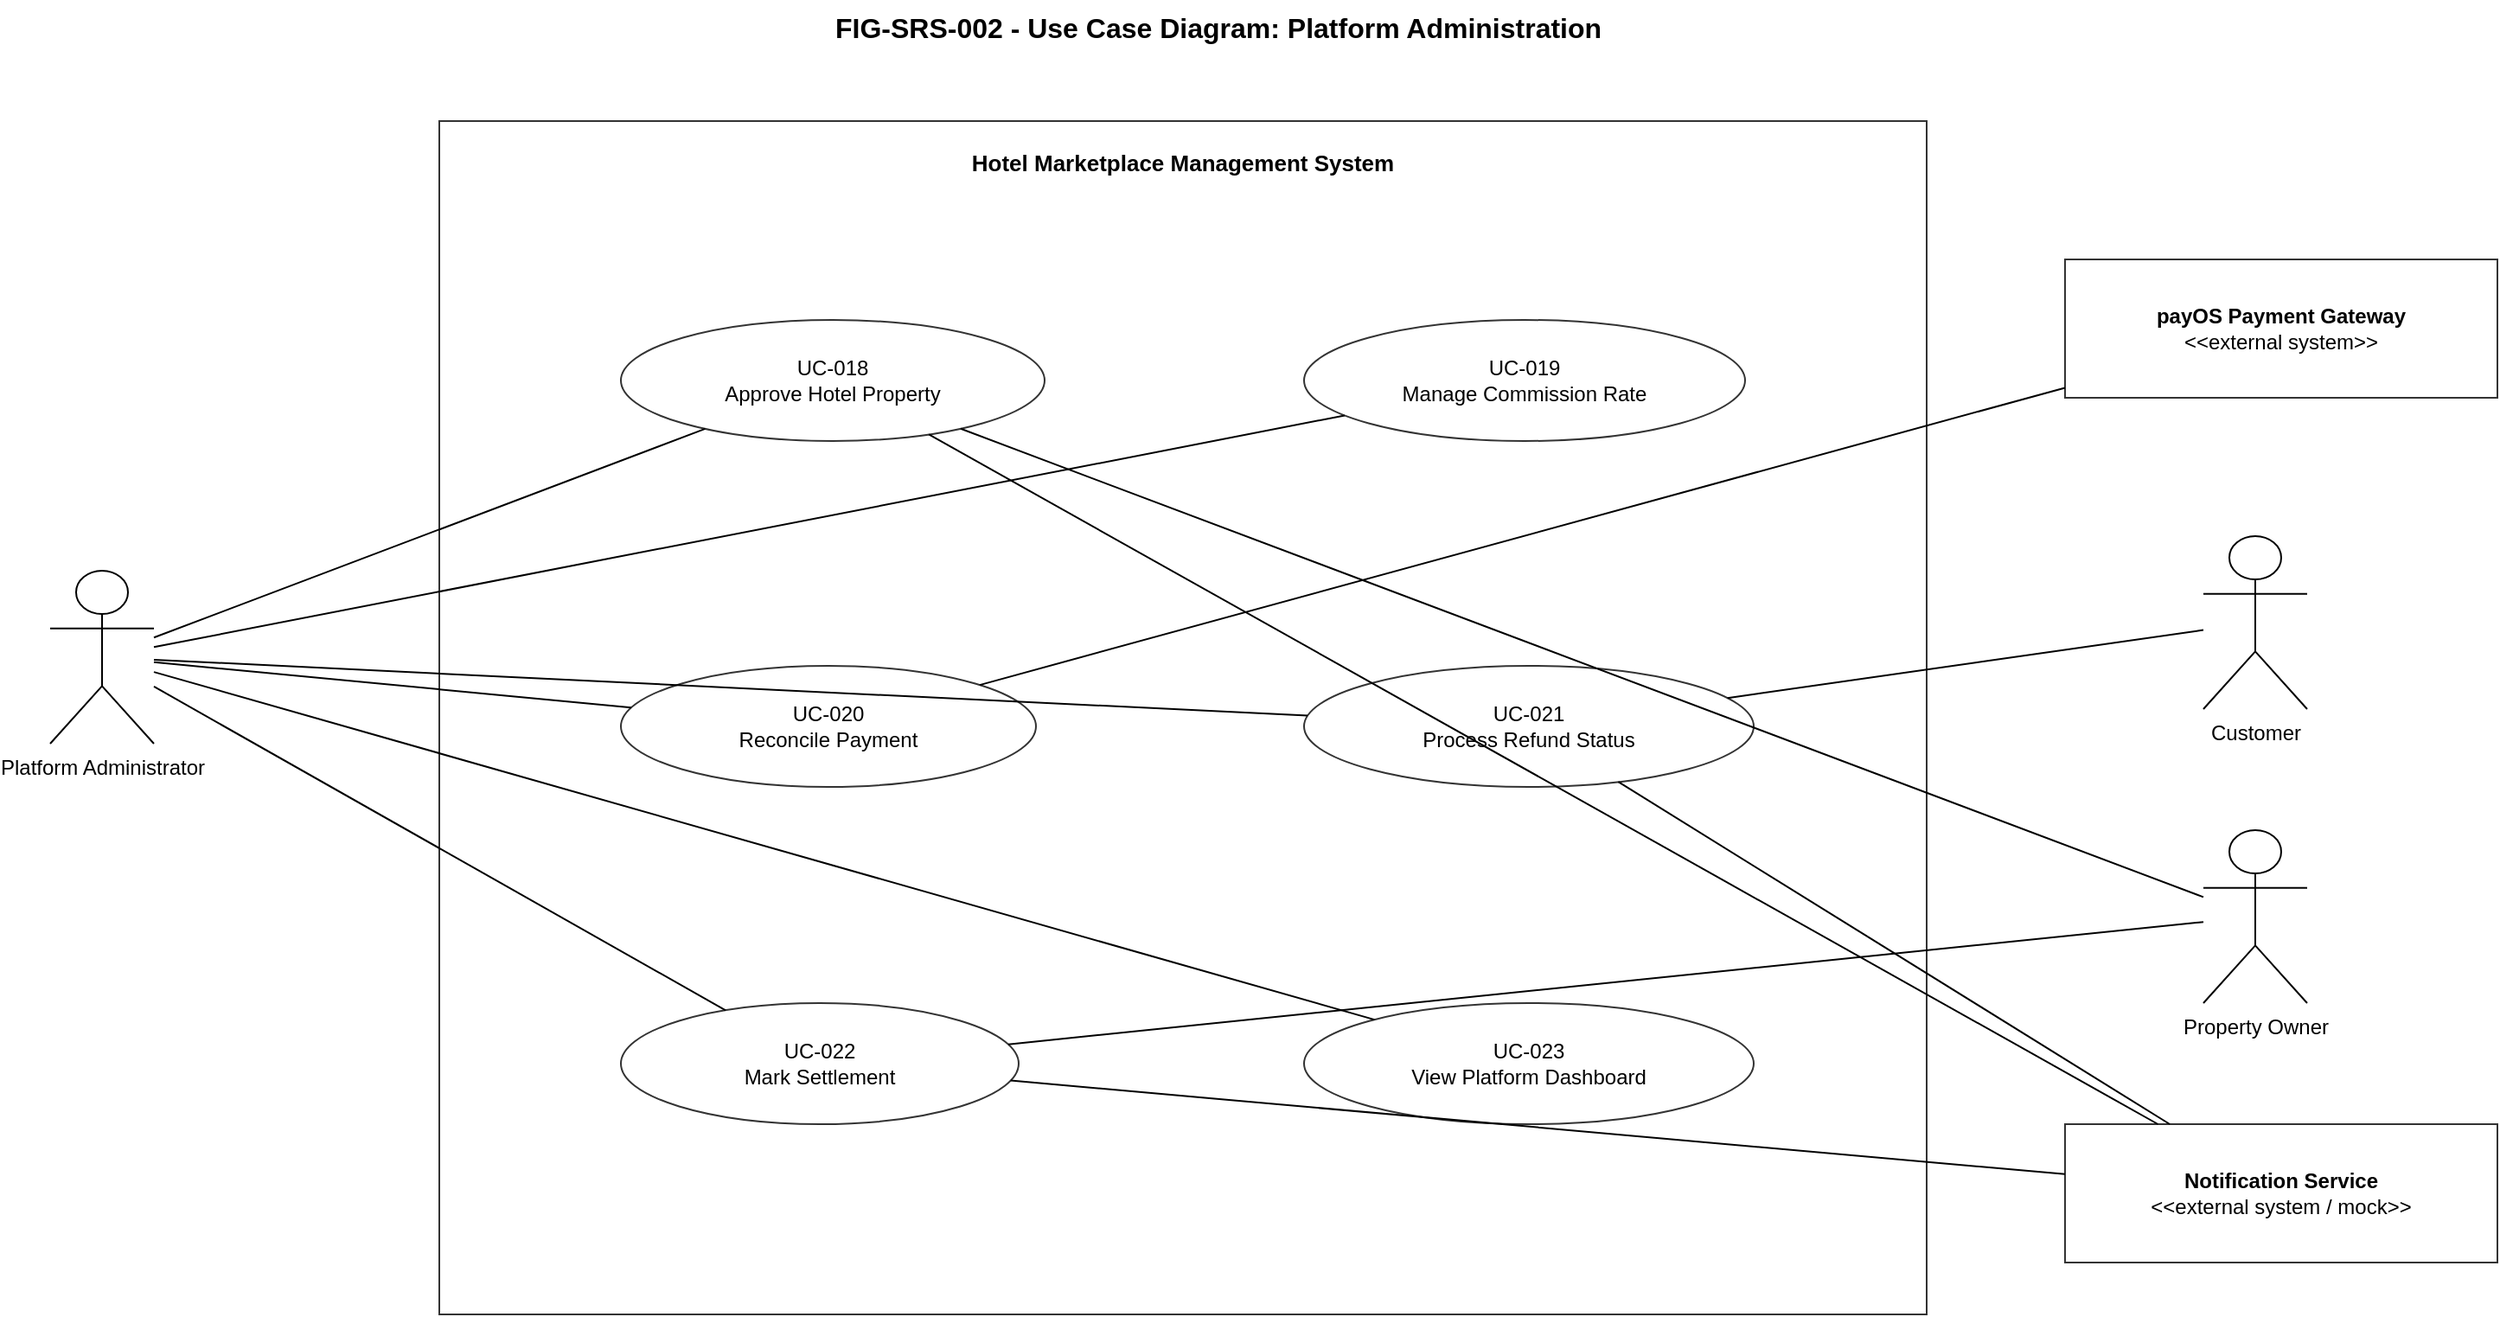
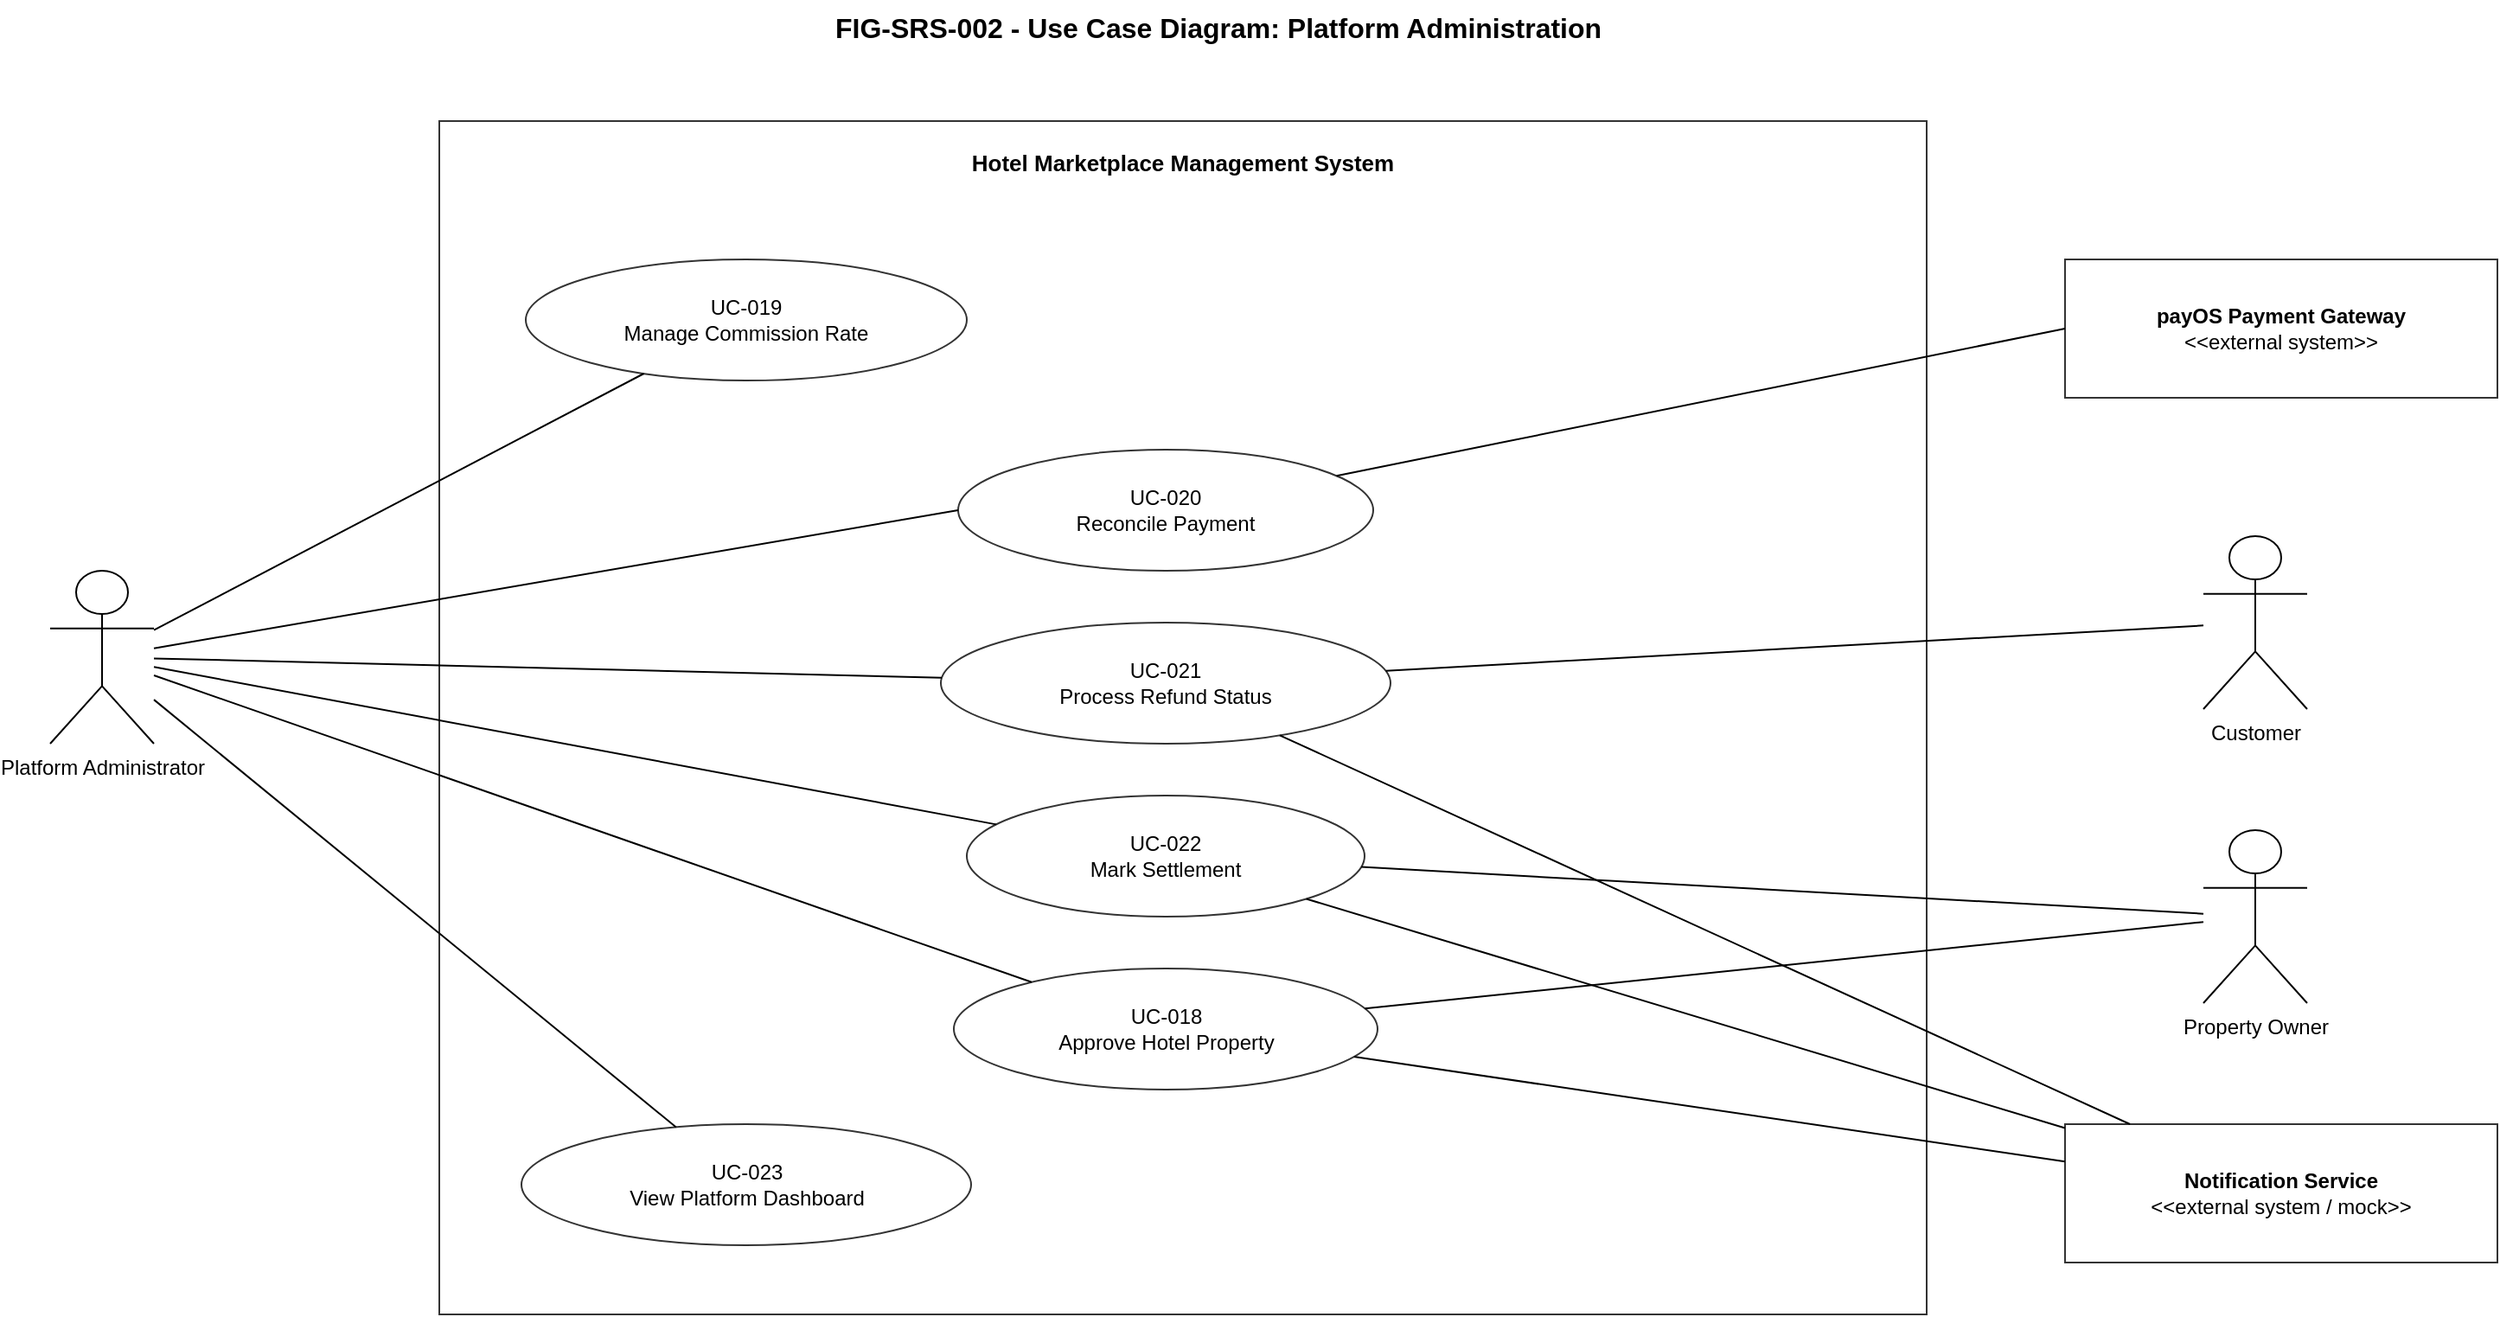
- <mxfile host="app.diagrams.net">
-   <diagram name="FIG-SRS-002 - Platform Administration">
-     <mxGraphModel dx="1200" dy="800" grid="1" gridSize="10" guides="1" tooltips="1" connect="1" arrows="1" fold="1" page="1" pageScale="1" pageWidth="1600" pageHeight="1000" math="0" shadow="0">
+ <mxfile host="Electron" agent="Mozilla/5.0 (Windows NT 10.0; Win64; x64) AppleWebKit/537.36 (KHTML, like Gecko) draw.io/29.6.6 Chrome/144.0.7559.236 Electron/40.8.4 Safari/537.36" version="29.6.6">
+   <diagram name="FIG-SRS-002 - Platform Administration" id="0">
+     <mxGraphModel dx="1489" dy="894" grid="1" gridSize="10" guides="1" tooltips="1" connect="1" arrows="1" fold="1" page="1" pageScale="1" pageWidth="1600" pageHeight="1000" math="0" shadow="0">
      <root>
-         <mxCell id="0"/>
-         <mxCell id="1" parent="0"/>
-         <mxCell id="title" value="FIG-SRS-002 - Use Case Diagram: Platform Administration" style="text;html=1;strokeColor=none;fillColor=none;fontSize=16;fontStyle=1;align=center;" vertex="1" parent="1">
-           <mxGeometry x="420" y="30" width="760" height="40" as="geometry"/>
+         <mxCell id="0" />
+         <mxCell id="1" parent="0" />
+         <mxCell id="title" parent="1" style="text;html=1;strokeColor=none;fillColor=none;fontSize=16;fontStyle=1;align=center;" value="FIG-SRS-002 - Use Case Diagram: Platform Administration" vertex="1">
+           <mxGeometry height="40" width="760" x="420" y="30" as="geometry" />
        </mxCell>
-         <mxCell id="boundary_platform_admin" value="Hotel Marketplace Management System" style="rounded=0;whiteSpace=wrap;html=1;fillColor=none;strokeColor=#333333;strokeWidth=1;fontSize=13;fontStyle=1;verticalAlign=top;align=center;spacingTop=10;" vertex="1" parent="1">
-           <mxGeometry x="350" y="100" width="860" height="690" as="geometry"/>
+         <mxCell id="boundary_platform_admin" parent="1" style="rounded=0;whiteSpace=wrap;html=1;fillColor=none;strokeColor=#333333;strokeWidth=1;fontSize=13;fontStyle=1;verticalAlign=top;align=center;spacingTop=10;" value="Hotel Marketplace Management System" vertex="1">
+           <mxGeometry height="690" width="860" x="350" y="100" as="geometry" />
        </mxCell>
-         <mxCell id="actor_admin" value="Platform Administrator" style="shape=umlActor;verticalLabelPosition=bottom;verticalAlign=top;html=1;outlineConnect=0;fontSize=12;" vertex="1" parent="1">
-           <mxGeometry x="125" y="360" width="60" height="100" as="geometry"/>
+         <mxCell id="uc_018" parent="boundary_platform_admin" style="ellipse;whiteSpace=wrap;html=1;fillColor=#ffffff;strokeColor=#333333;fontSize=12;" value="UC-018&#xa;Approve Hotel Property" vertex="1">
+           <mxGeometry height="70" width="245" x="297.5" y="490" as="geometry" />
        </mxCell>
-         <mxCell id="actor_payos" value="&lt;b&gt;payOS Payment Gateway&lt;/b&gt;&lt;br&gt;&amp;lt;&amp;lt;external system&amp;gt;&amp;gt;" style="rounded=0;whiteSpace=wrap;html=1;fillColor=#ffffff;strokeColor=#333333;fontSize=12;align=center;verticalAlign=middle;" vertex="1" parent="1">
-           <mxGeometry x="1290" y="180" width="250" height="80" as="geometry"/>
+         <mxCell id="uc_019" parent="boundary_platform_admin" style="ellipse;whiteSpace=wrap;html=1;fillColor=#ffffff;strokeColor=#333333;fontSize=12;" value="UC-019&#xa;Manage Commission Rate" vertex="1">
+           <mxGeometry height="70" width="255" x="50" y="80" as="geometry" />
        </mxCell>
-         <mxCell id="actor_customer" value="Customer" style="shape=umlActor;verticalLabelPosition=bottom;verticalAlign=top;html=1;outlineConnect=0;fontSize=12;" vertex="1" parent="1">
-           <mxGeometry x="1370" y="340" width="60" height="100" as="geometry"/>
+         <mxCell id="uc_020" parent="boundary_platform_admin" style="ellipse;whiteSpace=wrap;html=1;fillColor=#ffffff;strokeColor=#333333;fontSize=12;" value="UC-020&#xa;Reconcile Payment" vertex="1">
+           <mxGeometry height="70" width="240" x="300" y="190" as="geometry" />
        </mxCell>
-         <mxCell id="actor_owner" value="Property Owner" style="shape=umlActor;verticalLabelPosition=bottom;verticalAlign=top;html=1;outlineConnect=0;fontSize=12;" vertex="1" parent="1">
-           <mxGeometry x="1370" y="510" width="60" height="100" as="geometry"/>
+         <mxCell id="uc_021" parent="boundary_platform_admin" style="ellipse;whiteSpace=wrap;html=1;fillColor=#ffffff;strokeColor=#333333;fontSize=12;" value="UC-021&#xa;Process Refund Status" vertex="1">
+           <mxGeometry height="70" width="260" x="290" y="290" as="geometry" />
        </mxCell>
-         <mxCell id="actor_notification" value="&lt;b&gt;Notification Service&lt;/b&gt;&lt;br&gt;&amp;lt;&amp;lt;external system / mock&amp;gt;&amp;gt;" style="rounded=0;whiteSpace=wrap;html=1;fillColor=#ffffff;strokeColor=#333333;fontSize=12;align=center;verticalAlign=middle;" vertex="1" parent="1">
-           <mxGeometry x="1290" y="680" width="250" height="80" as="geometry"/>
+         <mxCell id="uc_022" parent="boundary_platform_admin" style="ellipse;whiteSpace=wrap;html=1;fillColor=#ffffff;strokeColor=#333333;fontSize=12;" value="UC-022&#xa;Mark Settlement" vertex="1">
+           <mxGeometry height="70" width="230" x="305" y="390" as="geometry" />
        </mxCell>
-         <mxCell id="uc_018" value="UC-018&#xa;Approve Hotel Property" style="ellipse;whiteSpace=wrap;html=1;fillColor=#ffffff;strokeColor=#333333;fontSize=12;" vertex="1" parent="boundary_platform_admin">
-           <mxGeometry x="105" y="115" width="245" height="70" as="geometry"/>
+         <mxCell id="uc_023" parent="boundary_platform_admin" style="ellipse;whiteSpace=wrap;html=1;fillColor=#ffffff;strokeColor=#333333;fontSize=12;" value="UC-023&#xa;View Platform Dashboard" vertex="1">
+           <mxGeometry height="70" width="260" x="47.5" y="580" as="geometry" />
        </mxCell>
-         <mxCell id="uc_019" value="UC-019&#xa;Manage Commission Rate" style="ellipse;whiteSpace=wrap;html=1;fillColor=#ffffff;strokeColor=#333333;fontSize=12;" vertex="1" parent="boundary_platform_admin">
-           <mxGeometry x="500" y="115" width="255" height="70" as="geometry"/>
+         <mxCell id="actor_admin" parent="1" style="shape=umlActor;verticalLabelPosition=bottom;verticalAlign=top;html=1;outlineConnect=0;fontSize=12;" value="Platform Administrator" vertex="1">
+           <mxGeometry height="100" width="60" x="125" y="360" as="geometry" />
        </mxCell>
-         <mxCell id="uc_020" value="UC-020&#xa;Reconcile Payment" style="ellipse;whiteSpace=wrap;html=1;fillColor=#ffffff;strokeColor=#333333;fontSize=12;" vertex="1" parent="boundary_platform_admin">
-           <mxGeometry x="105" y="315" width="240" height="70" as="geometry"/>
+         <mxCell id="actor_payos" parent="1" style="rounded=0;whiteSpace=wrap;html=1;fillColor=#ffffff;strokeColor=#333333;fontSize=12;align=center;verticalAlign=middle;" value="&lt;b&gt;payOS Payment Gateway&lt;/b&gt;&lt;br&gt;&amp;lt;&amp;lt;external system&amp;gt;&amp;gt;" vertex="1">
+           <mxGeometry height="80" width="250" x="1290" y="180" as="geometry" />
        </mxCell>
-         <mxCell id="uc_021" value="UC-021&#xa;Process Refund Status" style="ellipse;whiteSpace=wrap;html=1;fillColor=#ffffff;strokeColor=#333333;fontSize=12;" vertex="1" parent="boundary_platform_admin">
-           <mxGeometry x="500" y="315" width="260" height="70" as="geometry"/>
+         <mxCell id="actor_customer" parent="1" style="shape=umlActor;verticalLabelPosition=bottom;verticalAlign=top;html=1;outlineConnect=0;fontSize=12;" value="Customer" vertex="1">
+           <mxGeometry height="100" width="60" x="1370" y="340" as="geometry" />
        </mxCell>
-         <mxCell id="uc_022" value="UC-022&#xa;Mark Settlement" style="ellipse;whiteSpace=wrap;html=1;fillColor=#ffffff;strokeColor=#333333;fontSize=12;" vertex="1" parent="boundary_platform_admin">
-           <mxGeometry x="105" y="510" width="230" height="70" as="geometry"/>
+         <mxCell id="actor_owner" parent="1" style="shape=umlActor;verticalLabelPosition=bottom;verticalAlign=top;html=1;outlineConnect=0;fontSize=12;" value="Property Owner" vertex="1">
+           <mxGeometry height="100" width="60" x="1370" y="510" as="geometry" />
        </mxCell>
-         <mxCell id="uc_023" value="UC-023&#xa;View Platform Dashboard" style="ellipse;whiteSpace=wrap;html=1;fillColor=#ffffff;strokeColor=#333333;fontSize=12;" vertex="1" parent="boundary_platform_admin">
-           <mxGeometry x="500" y="510" width="260" height="70" as="geometry"/>
+         <mxCell id="actor_notification" parent="1" style="rounded=0;whiteSpace=wrap;html=1;fillColor=#ffffff;strokeColor=#333333;fontSize=12;align=center;verticalAlign=middle;" value="&lt;b&gt;Notification Service&lt;/b&gt;&lt;br&gt;&amp;lt;&amp;lt;external system / mock&amp;gt;&amp;gt;" vertex="1">
+           <mxGeometry height="80" width="250" x="1290" y="680" as="geometry" />
        </mxCell>
-         <mxCell id="a_admin_approve" style="endArrow=none;html=1;rounded=0;" edge="1" parent="1" source="actor_admin" target="uc_018"><mxGeometry relative="1" as="geometry"/></mxCell>
-         <mxCell id="a_admin_commission" style="endArrow=none;html=1;rounded=0;" edge="1" parent="1" source="actor_admin" target="uc_019"><mxGeometry relative="1" as="geometry"/></mxCell>
-         <mxCell id="a_admin_reconcile" style="endArrow=none;html=1;rounded=0;" edge="1" parent="1" source="actor_admin" target="uc_020"><mxGeometry relative="1" as="geometry"/></mxCell>
-         <mxCell id="a_admin_refund" style="endArrow=none;html=1;rounded=0;" edge="1" parent="1" source="actor_admin" target="uc_021"><mxGeometry relative="1" as="geometry"/></mxCell>
-         <mxCell id="a_admin_settlement" style="endArrow=none;html=1;rounded=0;" edge="1" parent="1" source="actor_admin" target="uc_022"><mxGeometry relative="1" as="geometry"/></mxCell>
-         <mxCell id="a_admin_dashboard" style="endArrow=none;html=1;rounded=0;" edge="1" parent="1" source="actor_admin" target="uc_023"><mxGeometry relative="1" as="geometry"/></mxCell>
-         <mxCell id="a_payos_reconcile" style="endArrow=none;html=1;rounded=0;" edge="1" parent="1" source="actor_payos" target="uc_020"><mxGeometry relative="1" as="geometry"/></mxCell>
-         <mxCell id="a_customer_refund" style="endArrow=none;html=1;rounded=0;" edge="1" parent="1" source="actor_customer" target="uc_021"><mxGeometry relative="1" as="geometry"/></mxCell>
-         <mxCell id="a_owner_approval" style="endArrow=none;html=1;rounded=0;" edge="1" parent="1" source="actor_owner" target="uc_018"><mxGeometry relative="1" as="geometry"/></mxCell>
-         <mxCell id="a_owner_settlement" style="endArrow=none;html=1;rounded=0;" edge="1" parent="1" source="actor_owner" target="uc_022"><mxGeometry relative="1" as="geometry"/></mxCell>
-         <mxCell id="a_notification_approval" style="endArrow=none;html=1;rounded=0;" edge="1" parent="1" source="actor_notification" target="uc_018"><mxGeometry relative="1" as="geometry"/></mxCell>
-         <mxCell id="a_notification_refund" style="endArrow=none;html=1;rounded=0;" edge="1" parent="1" source="actor_notification" target="uc_021"><mxGeometry relative="1" as="geometry"/></mxCell>
-         <mxCell id="a_notification_settlement" style="endArrow=none;html=1;rounded=0;" edge="1" parent="1" source="actor_notification" target="uc_022"><mxGeometry relative="1" as="geometry"/></mxCell>
+         <mxCell id="a_admin_approve" edge="1" parent="1" source="actor_admin" style="endArrow=none;html=1;rounded=0;" target="uc_018">
+           <mxGeometry relative="1" as="geometry" />
+         </mxCell>
+         <mxCell id="a_admin_commission" edge="1" parent="1" source="actor_admin" style="endArrow=none;html=1;rounded=0;" target="uc_019">
+           <mxGeometry relative="1" as="geometry" />
+         </mxCell>
+         <mxCell id="a_admin_reconcile" edge="1" parent="1" source="actor_admin" style="endArrow=none;html=1;rounded=0;entryX=0;entryY=0.5;entryDx=0;entryDy=0;" target="uc_020">
+           <mxGeometry relative="1" as="geometry" />
+         </mxCell>
+         <mxCell id="a_admin_refund" edge="1" parent="1" source="actor_admin" style="endArrow=none;html=1;rounded=0;" target="uc_021">
+           <mxGeometry relative="1" as="geometry" />
+         </mxCell>
+         <mxCell id="a_admin_settlement" edge="1" parent="1" source="actor_admin" style="endArrow=none;html=1;rounded=0;" target="uc_022">
+           <mxGeometry relative="1" as="geometry" />
+         </mxCell>
+         <mxCell id="a_admin_dashboard" edge="1" parent="1" source="actor_admin" style="endArrow=none;html=1;rounded=0;" target="uc_023">
+           <mxGeometry relative="1" as="geometry" />
+         </mxCell>
+         <mxCell id="a_payos_reconcile" edge="1" parent="1" source="actor_payos" style="endArrow=none;html=1;rounded=0;exitX=0;exitY=0.5;exitDx=0;exitDy=0;" target="uc_020">
+           <mxGeometry relative="1" as="geometry" />
+         </mxCell>
+         <mxCell id="a_customer_refund" edge="1" parent="1" source="actor_customer" style="endArrow=none;html=1;rounded=0;" target="uc_021">
+           <mxGeometry relative="1" as="geometry" />
+         </mxCell>
+         <mxCell id="a_owner_approval" edge="1" parent="1" source="actor_owner" style="endArrow=none;html=1;rounded=0;" target="uc_018">
+           <mxGeometry relative="1" as="geometry" />
+         </mxCell>
+         <mxCell id="a_owner_settlement" edge="1" parent="1" source="actor_owner" style="endArrow=none;html=1;rounded=0;" target="uc_022">
+           <mxGeometry relative="1" as="geometry" />
+         </mxCell>
+         <mxCell id="a_notification_approval" edge="1" parent="1" source="actor_notification" style="endArrow=none;html=1;rounded=0;" target="uc_018">
+           <mxGeometry relative="1" as="geometry" />
+         </mxCell>
+         <mxCell id="a_notification_refund" edge="1" parent="1" source="actor_notification" style="endArrow=none;html=1;rounded=0;" target="uc_021">
+           <mxGeometry relative="1" as="geometry" />
+         </mxCell>
+         <mxCell id="a_notification_settlement" edge="1" parent="1" source="actor_notification" style="endArrow=none;html=1;rounded=0;entryX=1;entryY=1;entryDx=0;entryDy=0;" target="uc_022">
+           <mxGeometry relative="1" as="geometry" />
+         </mxCell>
      </root>
    </mxGraphModel>
  </diagram>
</mxfile>
